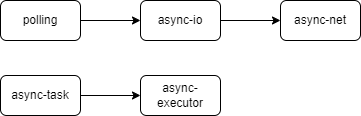
systemxlabs/systemxlabs.github.io keeps this draw.io diagram as content/blog/2024-12-09-smol-async-runtime/smol-crates-overview.drawio.png. Above is the earlier version. Source tidied: cells renumbered, new cells last; positions are measured from the earlier drawing's top-left corner, leaving out a move shared by most shapes. The source it was exported from:
```xml
<mxGraphModel>
  <root>
    <mxCell id="0" />
    <mxCell id="1" parent="0" />
    <mxCell id="2" style="edgeStyle=orthogonalEdgeStyle;rounded=0;jettySize=auto;html=1;entryX=0;entryY=0.5;entryDx=0;entryDy=0;" parent="1" edge="1" source="3" target="5">
      <mxGeometry relative="1" as="geometry" />
    </mxCell>
    <mxCell id="3" value="polling" style="rounded=1;whiteSpace=wrap;html=1;" parent="1" vertex="1">
      <mxGeometry width="80" height="40" as="geometry" />
    </mxCell>
    <mxCell id="4" style="edgeStyle=orthogonalEdgeStyle;rounded=0;jettySize=auto;html=1;" parent="1" edge="1" source="5" target="9">
      <mxGeometry relative="1" as="geometry" />
    </mxCell>
    <mxCell id="5" value="async-io" style="rounded=1;whiteSpace=wrap;html=1;" parent="1" vertex="1">
      <mxGeometry x="140" width="80" height="40" as="geometry" />
    </mxCell>
    <mxCell id="6" style="edgeStyle=orthogonalEdgeStyle;rounded=0;jettySize=auto;html=1;" parent="1" edge="1" source="7" target="8">
      <mxGeometry relative="1" as="geometry" />
    </mxCell>
    <mxCell id="7" value="async-task" style="rounded=1;whiteSpace=wrap;html=1;" parent="1" vertex="1">
      <mxGeometry y="75" width="80" height="40" as="geometry" />
    </mxCell>
    <mxCell id="8" value="async-executor" style="rounded=1;whiteSpace=wrap;html=1;" parent="1" vertex="1">
      <mxGeometry x="140" y="75" width="80" height="40" as="geometry" />
    </mxCell>
    <mxCell id="9" value="async-net" style="rounded=1;whiteSpace=wrap;html=1;" parent="1" vertex="1">
      <mxGeometry x="280" width="80" height="40" as="geometry" />
    </mxCell>
  </root>
</mxGraphModel>
```
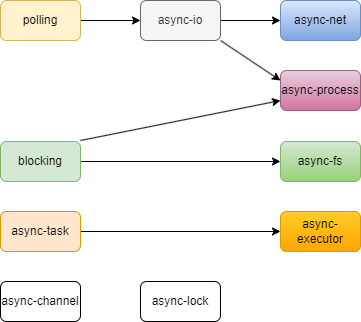
The same diagram one commit later.

Change to the diagram source:
```diff
@@ -5,26 +5,52 @@
     <mxCell id="2" style="edgeStyle=orthogonalEdgeStyle;rounded=0;jettySize=auto;html=1;entryX=0;entryY=0.5;entryDx=0;entryDy=0;" parent="1" edge="1" source="3" target="5">
       <mxGeometry relative="1" as="geometry" />
     </mxCell>
-    <mxCell id="3" value="polling" style="rounded=1;whiteSpace=wrap;html=1;" parent="1" vertex="1">
+    <mxCell id="3" value="polling" style="rounded=1;whiteSpace=wrap;html=1;fillColor=#fff2cc;strokeColor=#d6b656;" parent="1" vertex="1">
       <mxGeometry width="80" height="40" as="geometry" />
     </mxCell>
     <mxCell id="4" style="edgeStyle=orthogonalEdgeStyle;rounded=0;jettySize=auto;html=1;" parent="1" edge="1" source="5" target="9">
       <mxGeometry relative="1" as="geometry" />
     </mxCell>
-    <mxCell id="5" value="async-io" style="rounded=1;whiteSpace=wrap;html=1;" parent="1" vertex="1">
+    <mxCell id="5" value="async-io" style="rounded=1;whiteSpace=wrap;html=1;fillColor=#f5f5f5;strokeColor=#666666;fontColor=#333333;" parent="1" vertex="1">
       <mxGeometry x="140" width="80" height="40" as="geometry" />
     </mxCell>
     <mxCell id="6" style="edgeStyle=orthogonalEdgeStyle;rounded=0;jettySize=auto;html=1;" parent="1" edge="1" source="7" target="8">
       <mxGeometry relative="1" as="geometry" />
     </mxCell>
-    <mxCell id="7" value="async-task" style="rounded=1;whiteSpace=wrap;html=1;" parent="1" vertex="1">
-      <mxGeometry y="75" width="80" height="40" as="geometry" />
+    <mxCell id="7" value="blocking" style="rounded=1;whiteSpace=wrap;html=1;fillColor=#d5e8d4;strokeColor=#82b366;" parent="1" vertex="1">
+      <mxGeometry y="141" width="80" height="40" as="geometry" />
     </mxCell>
-    <mxCell id="8" value="async-executor" style="rounded=1;whiteSpace=wrap;html=1;" parent="1" vertex="1">
-      <mxGeometry x="140" y="75" width="80" height="40" as="geometry" />
+    <mxCell id="8" value="async-fs" style="rounded=1;whiteSpace=wrap;html=1;fillColor=#d5e8d4;strokeColor=#82b366;gradientColor=#97d077;" parent="1" vertex="1">
+      <mxGeometry x="280" y="141" width="80" height="40" as="geometry" />
     </mxCell>
-    <mxCell id="9" value="async-net" style="rounded=1;whiteSpace=wrap;html=1;" parent="1" vertex="1">
+    <mxCell id="9" value="async-net" style="rounded=1;whiteSpace=wrap;html=1;fillColor=#dae8fc;strokeColor=#6c8ebf;gradientColor=#7ea6e0;" parent="1" vertex="1">
       <mxGeometry x="280" width="80" height="40" as="geometry" />
     </mxCell>
+    <mxCell id="10" style="edgeStyle=orthogonalEdgeStyle;rounded=0;jettySize=auto;html=1;" parent="1" edge="1" source="11" target="12">
+      <mxGeometry relative="1" as="geometry" />
+    </mxCell>
+    <mxCell id="11" value="async-task" style="rounded=1;whiteSpace=wrap;html=1;fillColor=#ffe6cc;strokeColor=#d79b00;" parent="1" vertex="1">
+      <mxGeometry y="211" width="80" height="40" as="geometry" />
+    </mxCell>
+    <mxCell id="12" value="async-executor" style="rounded=1;whiteSpace=wrap;html=1;fillColor=#ffcd28;strokeColor=#d79b00;gradientColor=#ffa500;" parent="1" vertex="1">
+      <mxGeometry x="280" y="211" width="80" height="40" as="geometry" />
+    </mxCell>
+    <mxCell id="13" value="async-channel" style="rounded=1;whiteSpace=wrap;html=1;" parent="1" vertex="1">
+      <mxGeometry y="281" width="80" height="40" as="geometry" />
+    </mxCell>
+    <mxCell id="14" value="async-lock" style="rounded=1;whiteSpace=wrap;html=1;" parent="1" vertex="1">
+      <mxGeometry x="140" y="281" width="80" height="40" as="geometry" />
+    </mxCell>
+    <mxCell id="15" value="async-process" style="rounded=1;whiteSpace=wrap;html=1;fillColor=#e6d0de;strokeColor=#996185;gradientColor=#d5739d;" parent="1" vertex="1">
+      <mxGeometry x="280" y="70" width="80" height="40" as="geometry" />
+    </mxCell>
+    <mxCell id="16" style="endArrow=classic;html=1;rounded=0;entryX=0;entryY=0.75;entryDx=0;entryDy=0;" parent="1" edge="1" target="15">
+      <mxGeometry relative="1" as="geometry">
+        <mxPoint x="80" y="140" as="sourcePoint" />
+      </mxGeometry>
+    </mxCell>
+    <mxCell id="17" style="endArrow=classic;html=1;rounded=0;entryX=0;entryY=0.25;entryDx=0;entryDy=0;exitX=1;exitY=1;exitDx=0;exitDy=0;" parent="1" edge="1" source="5" target="15">
+      <mxGeometry relative="1" as="geometry" />
+    </mxCell>
   </root>
 </mxGraphModel>
```
